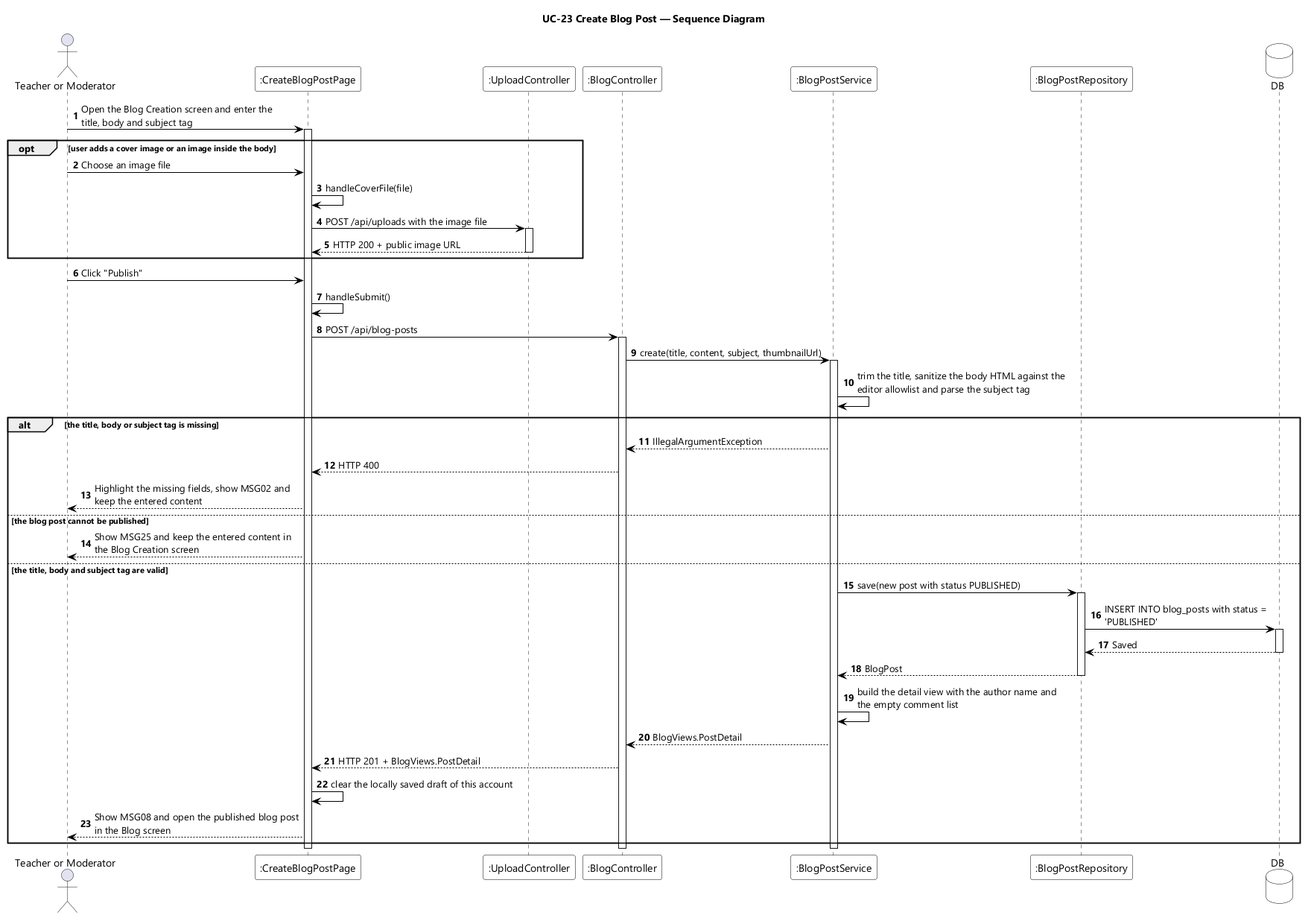
EduA-system/EduA-system keeps this PlantUML diagram as designs/sds-diagrams/uc23/uc23-sequence-diagram.png. Above is the earlier version. Source of this version:
```plantuml
@startuml UC-23 Create Blog Post - Sequence Diagram
skinparamlocked dpi 96
skinparam defaultFontName "Segoe UI"
skinparam shadowing false
skinparam ParticipantBackgroundColor #FFFFFF
skinparam ParticipantBorderColor #000000
skinparam DatabaseBackgroundColor #FFFFFF
skinparam DatabaseBorderColor #000000
skinparam ArrowColor #000000
skinparam sequenceMessageAlign left
skinparam maxMessageSize 280
title UC-23 Create Blog Post — Sequence Diagram

actor "Teacher or Moderator" as User
participant ":CreateBlogPostPage" as UI
participant ":UploadController" as UPL
participant ":BlogController" as CTL
participant ":BlogPostService" as SVC
participant ":BlogPostRepository" as POSTS
database DB

autonumber
User -> UI : Open the Blog Creation screen and enter the title, body and subject tag
activate UI

opt user adds a cover image or an image inside the body
  User -> UI : Choose an image file
  UI -> UI : handleCoverFile(file)
  UI -> UPL : POST /api/uploads with the image file
  activate UPL
  UPL --> UI : HTTP 200 + public image URL
  deactivate UPL
end

User -> UI : Click "Publish"
UI -> UI : handleSubmit()
UI -> CTL : POST /api/blog-posts
activate CTL
CTL -> SVC : create(title, content, subject, thumbnailUrl)
activate SVC
SVC -> SVC : trim the title, sanitize the body HTML against the editor allowlist and parse the subject tag

alt the title, body or subject tag is missing
  SVC --> CTL : IllegalArgumentException
  CTL --> UI : HTTP 400
  UI --> User : Highlight the missing fields, show MSG02 and keep the entered content

else the blog post cannot be published
  UI --> User : Show MSG25 and keep the entered content in the Blog Creation screen

else the title, body and subject tag are valid
  SVC -> POSTS : save(new post with status PUBLISHED)
  activate POSTS
  POSTS -> DB : INSERT INTO blog_posts with status = 'PUBLISHED'
  activate DB
  DB --> POSTS : Saved
  deactivate DB
  POSTS --> SVC : BlogPost
  deactivate POSTS
  SVC -> SVC : build the detail view with the author name and the empty comment list
  SVC --> CTL : BlogViews.PostDetail
  CTL --> UI : HTTP 201 + BlogViews.PostDetail
  UI -> UI : clear the locally saved draft of this account
  UI --> User : Show MSG08 and open the published blog post in the Blog screen
end
deactivate SVC
deactivate CTL
deactivate UI
@enduml
```
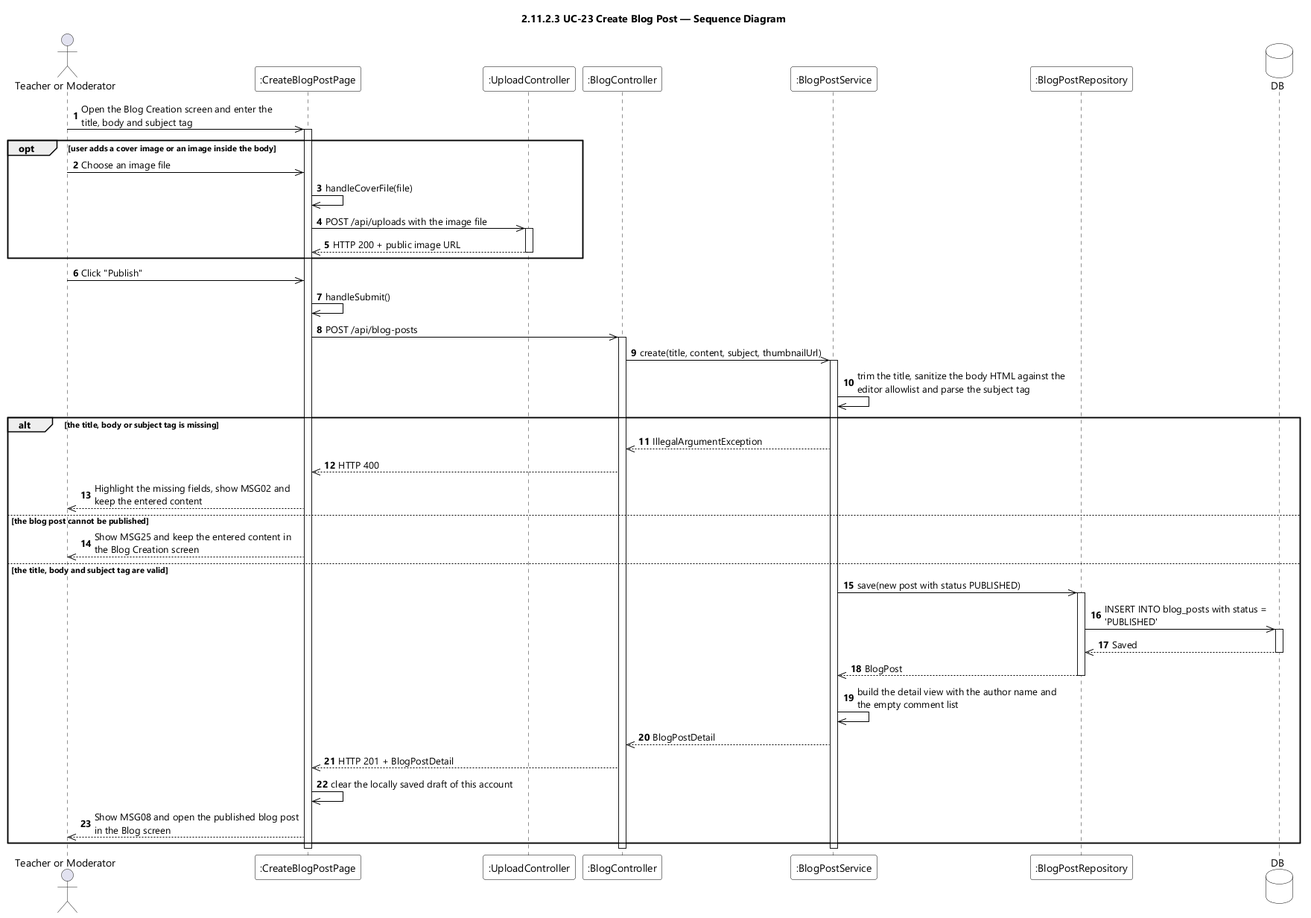
Above is the later version.

Diff of the diagram source:
```diff
@@ -9,7 +9,7 @@
 skinparam ArrowColor #000000
 skinparam sequenceMessageAlign left
 skinparam maxMessageSize 280
-title UC-23 Create Blog Post — Sequence Diagram
+title 2.11.2.3 UC-23 Create Blog Post — Sequence Diagram
 
 actor "Teacher or Moderator" as User
 participant ":CreateBlogPostPage" as UI
@@ -20,48 +20,48 @@
 database DB
 
 autonumber
-User -> UI : Open the Blog Creation screen and enter the title, body and subject tag
+User ->> UI : Open the Blog Creation screen and enter the title, body and subject tag
 activate UI
 
 opt user adds a cover image or an image inside the body
-  User -> UI : Choose an image file
-  UI -> UI : handleCoverFile(file)
-  UI -> UPL : POST /api/uploads with the image file
+  User ->> UI : Choose an image file
+  UI ->> UI : handleCoverFile(file)
+  UI ->> UPL : POST /api/uploads with the image file
   activate UPL
-  UPL --> UI : HTTP 200 + public image URL
+  UPL -->> UI : HTTP 200 + public image URL
   deactivate UPL
 end
 
-User -> UI : Click "Publish"
-UI -> UI : handleSubmit()
-UI -> CTL : POST /api/blog-posts
+User ->> UI : Click "Publish"
+UI ->> UI : handleSubmit()
+UI ->> CTL : POST /api/blog-posts
 activate CTL
-CTL -> SVC : create(title, content, subject, thumbnailUrl)
+CTL ->> SVC : create(title, content, subject, thumbnailUrl)
 activate SVC
-SVC -> SVC : trim the title, sanitize the body HTML against the editor allowlist and parse the subject tag
+SVC ->> SVC : trim the title, sanitize the body HTML against the editor allowlist and parse the subject tag
 
 alt the title, body or subject tag is missing
-  SVC --> CTL : IllegalArgumentException
-  CTL --> UI : HTTP 400
-  UI --> User : Highlight the missing fields, show MSG02 and keep the entered content
+  SVC -->> CTL : IllegalArgumentException
+  CTL -->> UI : HTTP 400
+  UI -->> User : Highlight the missing fields, show MSG02 and keep the entered content
 
 else the blog post cannot be published
-  UI --> User : Show MSG25 and keep the entered content in the Blog Creation screen
+  UI -->> User : Show MSG25 and keep the entered content in the Blog Creation screen
 
 else the title, body and subject tag are valid
-  SVC -> POSTS : save(new post with status PUBLISHED)
+  SVC ->> POSTS : save(new post with status PUBLISHED)
   activate POSTS
-  POSTS -> DB : INSERT INTO blog_posts with status = 'PUBLISHED'
+  POSTS ->> DB : INSERT INTO blog_posts with status = 'PUBLISHED'
   activate DB
-  DB --> POSTS : Saved
+  DB -->> POSTS : Saved
   deactivate DB
-  POSTS --> SVC : BlogPost
+  POSTS -->> SVC : BlogPost
   deactivate POSTS
-  SVC -> SVC : build the detail view with the author name and the empty comment list
-  SVC --> CTL : BlogViews.PostDetail
-  CTL --> UI : HTTP 201 + BlogViews.PostDetail
-  UI -> UI : clear the locally saved draft of this account
-  UI --> User : Show MSG08 and open the published blog post in the Blog screen
+  SVC ->> SVC : build the detail view with the author name and the empty comment list
+  SVC -->> CTL : BlogPostDetail
+  CTL -->> UI : HTTP 201 + BlogPostDetail
+  UI ->> UI : clear the locally saved draft of this account
+  UI -->> User : Show MSG08 and open the published blog post in the Blog screen
 end
 deactivate SVC
 deactivate CTL
```
